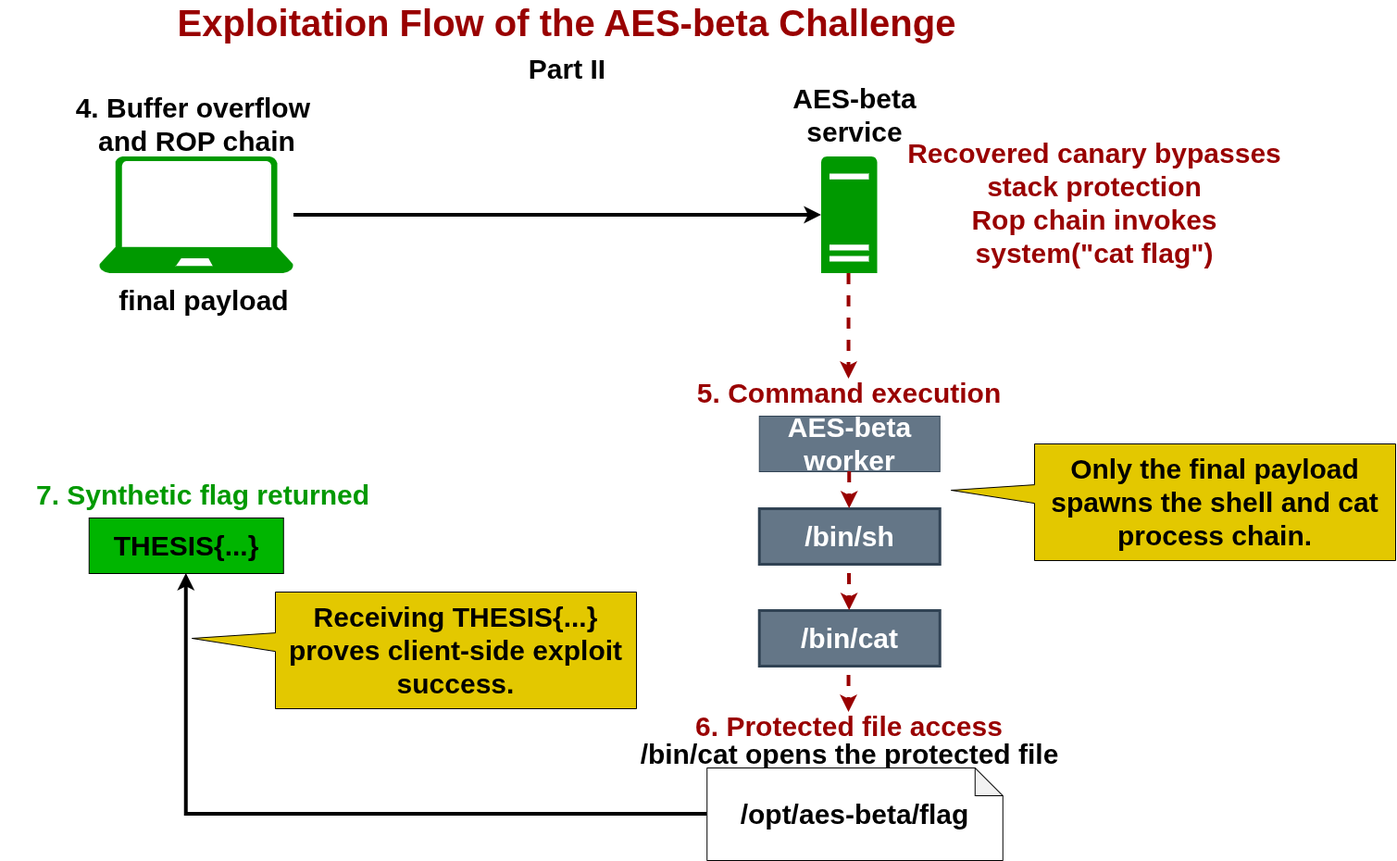
sroman0/Thesis keeps this draw.io diagram as figures/chapter6/ctf_exploitation_flow_II.drawio.png. Above is the earlier version. Source tidied: cells renumbered, new cells last; positions are measured from the earlier drawing's top-left corner, leaving out a move shared by most shapes.
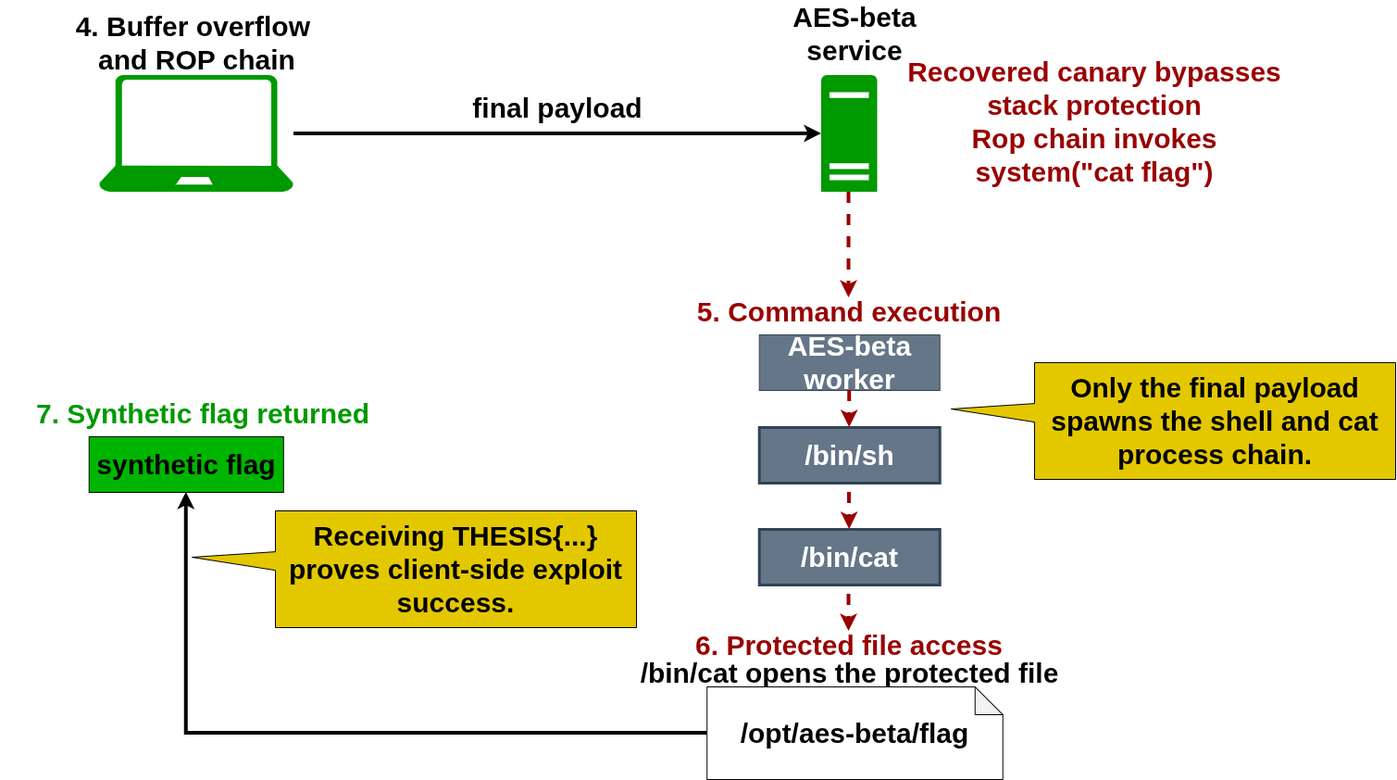
Above is the later version.

Change to the diagram source:
```diff
@@ -2,9 +2,6 @@
   <root>
     <mxCell id="0" />
     <mxCell id="1" parent="0" />
-    <mxCell id="2" value="&lt;b&gt;&lt;font style=&quot;font-size: 40px; color: rgb(153, 0, 0);&quot;&gt;Exploitation Flow of the AES-beta Challenge&lt;/font&gt;&lt;/b&gt;" style="text;html=1;whiteSpace=wrap;strokeColor=none;fillColor=none;align=center;verticalAlign=middle;rounded=0;fontColor=#5AA9E6;" parent="1" vertex="1">
-      <mxGeometry x="58" width="1110" height="30" as="geometry" />
-    </mxCell>
     <mxCell id="3" style="sketch=0;shadow=0;dashed=0;html=1;strokeColor=none;labelPosition=center;verticalLabelPosition=bottom;verticalAlign=top;align=center;fillColor=#009900;shape=mxgraph.azure.laptop;fontColor=#5AA9E6;" parent="1" vertex="1">
       <mxGeometry x="108" y="160" width="210" height="126" as="geometry" />
     </mxCell>
@@ -21,7 +18,7 @@
       <mxGeometry x="844" y="100" width="160" height="30" as="geometry" />
     </mxCell>
     <mxCell id="8" value="&lt;b&gt;&lt;font style=&quot;font-size: 30px; color: rgb(0, 0, 0);&quot;&gt;final payload&lt;/font&gt;&lt;/b&gt;" style="text;html=1;whiteSpace=wrap;strokeColor=none;fillColor=none;align=center;verticalAlign=middle;rounded=0;fontColor=#5AA9E6;" parent="1" vertex="1">
-      <mxGeometry x="96.8" y="300" width="247.5" height="30" as="geometry" />
+      <mxGeometry x="479" y="180" width="247.5" height="30" as="geometry" />
     </mxCell>
     <mxCell id="9" value="&lt;font color=&quot;#990000&quot;&gt;&lt;span style=&quot;font-size: 30px;&quot;&gt;&lt;b&gt;5. Command execution&lt;/b&gt;&lt;/span&gt;&lt;/font&gt;" style="text;html=1;whiteSpace=wrap;strokeColor=none;fillColor=none;align=center;verticalAlign=middle;rounded=0;fontColor=#5AA9E6;" parent="1" vertex="1">
       <mxGeometry x="698.1" y="400" width="440.2" height="30" as="geometry" />
@@ -73,7 +70,7 @@
     <mxCell id="22" style="edgeStyle=orthogonalEdgeStyle;rounded=0;jettySize=auto;html=1;strokeColor=#000000;fontColor=#5AA9E6;fillColor=#FFE45E;strokeWidth=4;exitX=0;exitY=0.5;exitDx=0;exitDy=0;exitPerimeter=0;" parent="1" edge="1" source="21" target="23">
       <mxGeometry relative="1" as="geometry" />
     </mxCell>
-    <mxCell id="23" value="&lt;font style=&quot;font-size: 30px;&quot;&gt;&lt;b&gt;THESIS{...}&lt;/b&gt;&lt;/font&gt;" style="rounded=0;whiteSpace=wrap;html=1;fillColor=#00B500;" parent="1" vertex="1">
+    <mxCell id="23" value="&lt;font style=&quot;font-size: 30px;&quot;&gt;&lt;b&gt;synthetic flag&lt;/b&gt;&lt;/font&gt;" style="rounded=0;whiteSpace=wrap;html=1;fillColor=#00B500;" parent="1" vertex="1">
       <mxGeometry x="96.8" y="550" width="210" height="60" as="geometry" />
     </mxCell>
     <mxCell id="24" value="&lt;font&gt;&lt;span style=&quot;font-size: 30px; color: rgb(0, 153, 0);&quot;&gt;&lt;b style=&quot;&quot;&gt;7. Synthetic flag returned&lt;/b&gt;&lt;/span&gt;&lt;/font&gt;" style="text;html=1;whiteSpace=wrap;strokeColor=none;fillColor=none;align=center;verticalAlign=middle;rounded=0;fontColor=#5AA9E6;" parent="1" vertex="1">
@@ -82,8 +79,5 @@
     <mxCell id="25" value="&lt;span style=&quot;color: light-dark(rgb(0, 0, 0), rgb(0, 0, 0));&quot;&gt;&lt;b&gt;&lt;font style=&quot;font-size: 30px;&quot;&gt;Receiving THESIS{...} proves client-side exploit success.&lt;/font&gt;&lt;/b&gt;&lt;/span&gt;" style="shape=wedgeCallout;whiteSpace=wrap;html=1;tipX=-0.731;tipY=-0.103;fillColor=light-dark(#E3C800,#FFFF00);fontColor=#000000;strokeColor=light-dark(#000000,#000000);" parent="1" vertex="1">
       <mxGeometry x="298" y="630" width="390" height="126" as="geometry" />
     </mxCell>
-    <mxCell id="26" value="&lt;b&gt;&lt;font style=&quot;font-size: 30px; color: rgb(0, 0, 0);&quot;&gt;Part II&lt;/font&gt;&lt;/b&gt;" style="text;html=1;whiteSpace=wrap;strokeColor=none;fillColor=none;align=center;verticalAlign=middle;rounded=0;fontColor=#5AA9E6;" parent="1" vertex="1">
-      <mxGeometry x="450.5" y="50" width="325" height="30" as="geometry" />
-    </mxCell>
   </root>
 </mxGraphModel>
```
